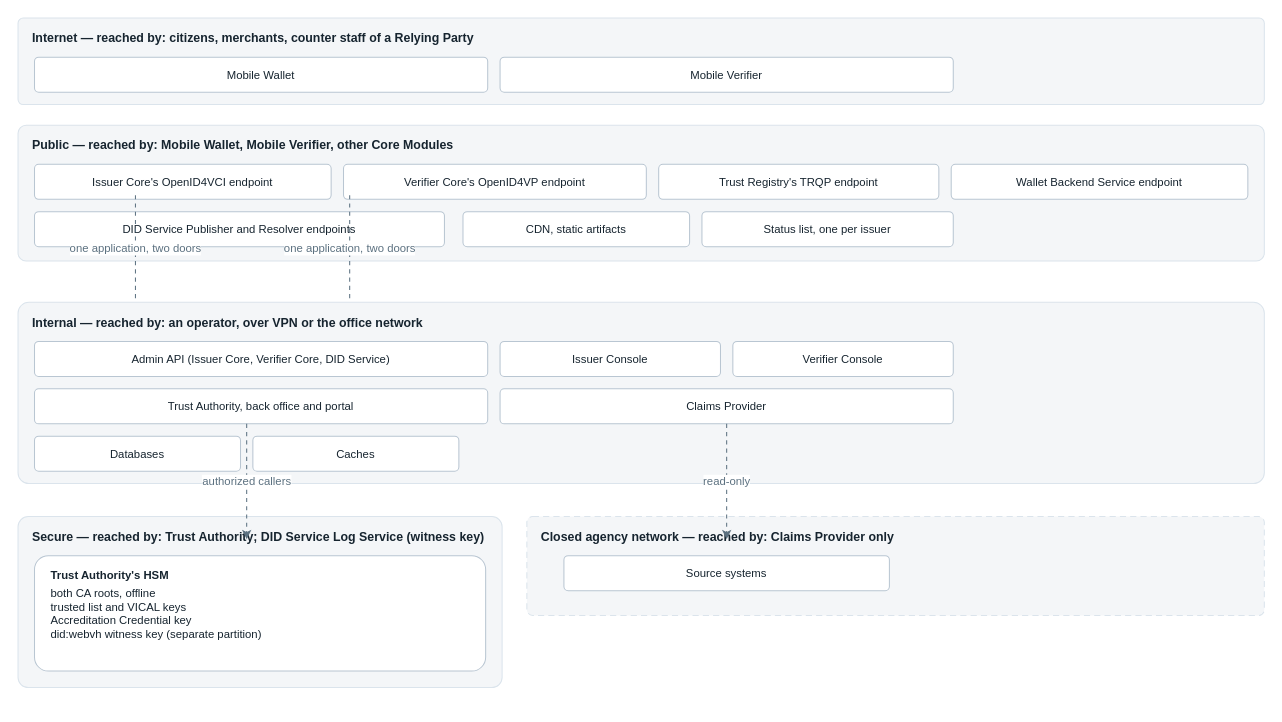
This is images/architecture-framework/high-level-architecture/network-zones.drawio from id-verifiable-credential-dev/id-doc-idctf, a draw.io file, before an edit. Source tidied: cells renumbered, new cells numbered last; positions are measured from the earlier drawing's top-left corner, leaving out a move shared by most shapes. Both pictures are drawn from the tidied source at 103%, with x=0, y=0 at pixel (18, 18).
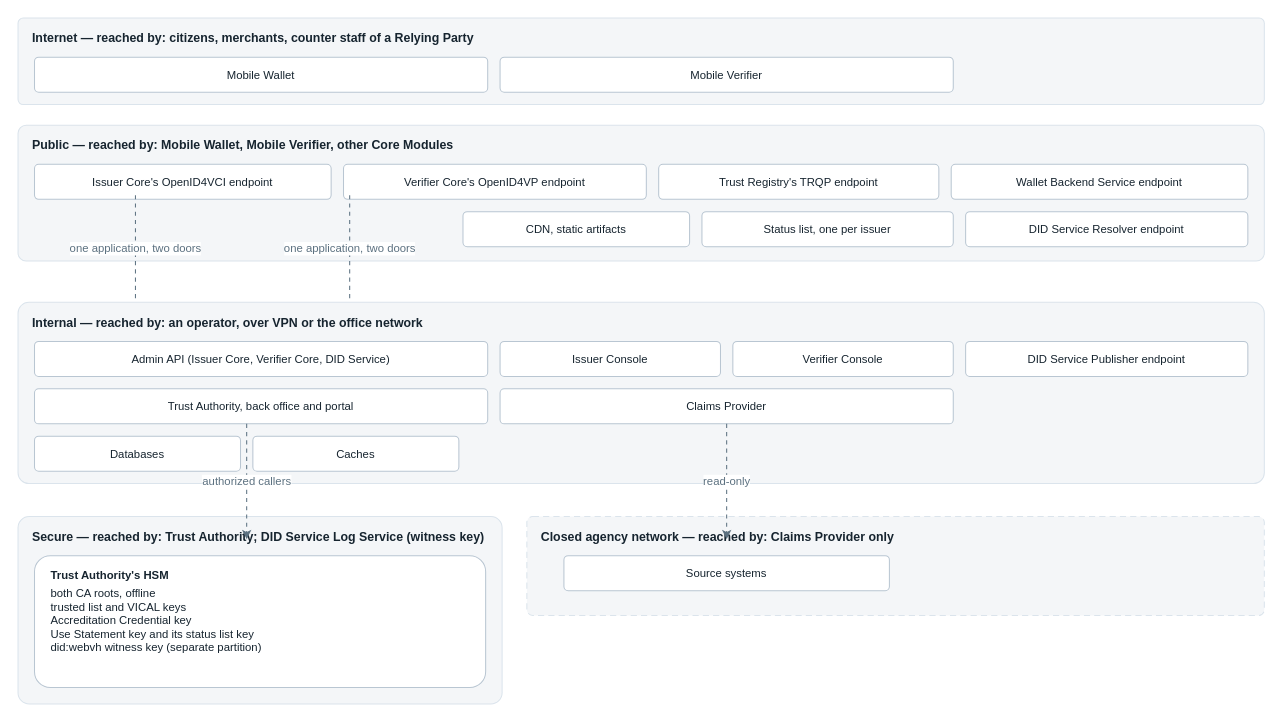
The same diagram, later.

What changed in the source:
```diff
@@
-    <mxCell id="10" value="DID Service Publisher and Resolver endpoints" style="rounded=1;arcSize=12;fillColor=#ffffff;strokeColor=#b9c6d2;fontSize=11;fontColor=#16242f;" parent="1" vertex="1">
-      <mxGeometry x="16" y="188" width="398" height="34" as="geometry" />
+    <mxCell id="10" value="DID Service Resolver endpoint" style="rounded=1;arcSize=12;fillColor=#ffffff;strokeColor=#b9c6d2;fontSize=11;fontColor=#16242f;" parent="1" vertex="1">
+      <mxGeometry x="920" y="188" width="274" height="34" as="geometry" />
     </mxCell>
@@
+    <mxCell id="30" value="DID Service Publisher endpoint" style="rounded=1;arcSize=12;fillColor=#ffffff;strokeColor=#b9c6d2;fontSize=11;fontColor=#16242f;" parent="1" vertex="1">
+      <mxGeometry x="920" y="314" width="274" height="34" as="geometry" />
+    </mxCell>
@@
     <mxCell id="21" value="Secure — reached by: Trust Authority; DID Service Log Service (witness key)" style="rounded=1;arcSize=6;fillColor=#f4f6f8;strokeColor=#dbe4ec;dashed=0;verticalAlign=top;align=left;spacingLeft=12;spacingTop=6;fontSize=12;fontStyle=1;fontColor=#16242f;" parent="1" vertex="1">
-      <mxGeometry y="484" width="470" height="166" as="geometry" />
+      <mxGeometry y="484" width="470" height="182" as="geometry" />
     </mxCell>
     <mxCell id="22" value="Trust Authority's HSM" style="rounded=1;arcSize=12;fillColor=#ffffff;strokeColor=#b9c6d2;fontSize=11;fontStyle=1;fontColor=#16242f;verticalAlign=top;align=left;spacingLeft=14;spacingTop=6;" parent="1" vertex="1">
-      <mxGeometry x="16" y="522" width="438" height="112" as="geometry" />
+      <mxGeometry x="16" y="522" width="438" height="128" as="geometry" />
     </mxCell>
-    <mxCell id="23" value="both CA roots, offline&#10;trusted list and VICAL keys&#10;Accreditation Credential key&#10;did:webvh witness key (separate partition)" style="text;html=0;align=left;verticalAlign=top;fontSize=11;fontColor=#16242f;" parent="1" vertex="1">
-      <mxGeometry x="30" y="546" width="410" height="80" as="geometry" />
+    <mxCell id="23" value="both CA roots, offline&#10;trusted list and VICAL keys&#10;Accreditation Credential key&#10;Use Statement key and its status list key&#10;did:webvh witness key (separate partition)" style="text;html=0;align=left;verticalAlign=top;fontSize=11;fontColor=#16242f;" parent="1" vertex="1">
+      <mxGeometry x="30" y="546" width="410" height="96" as="geometry" />
     </mxCell>
```
